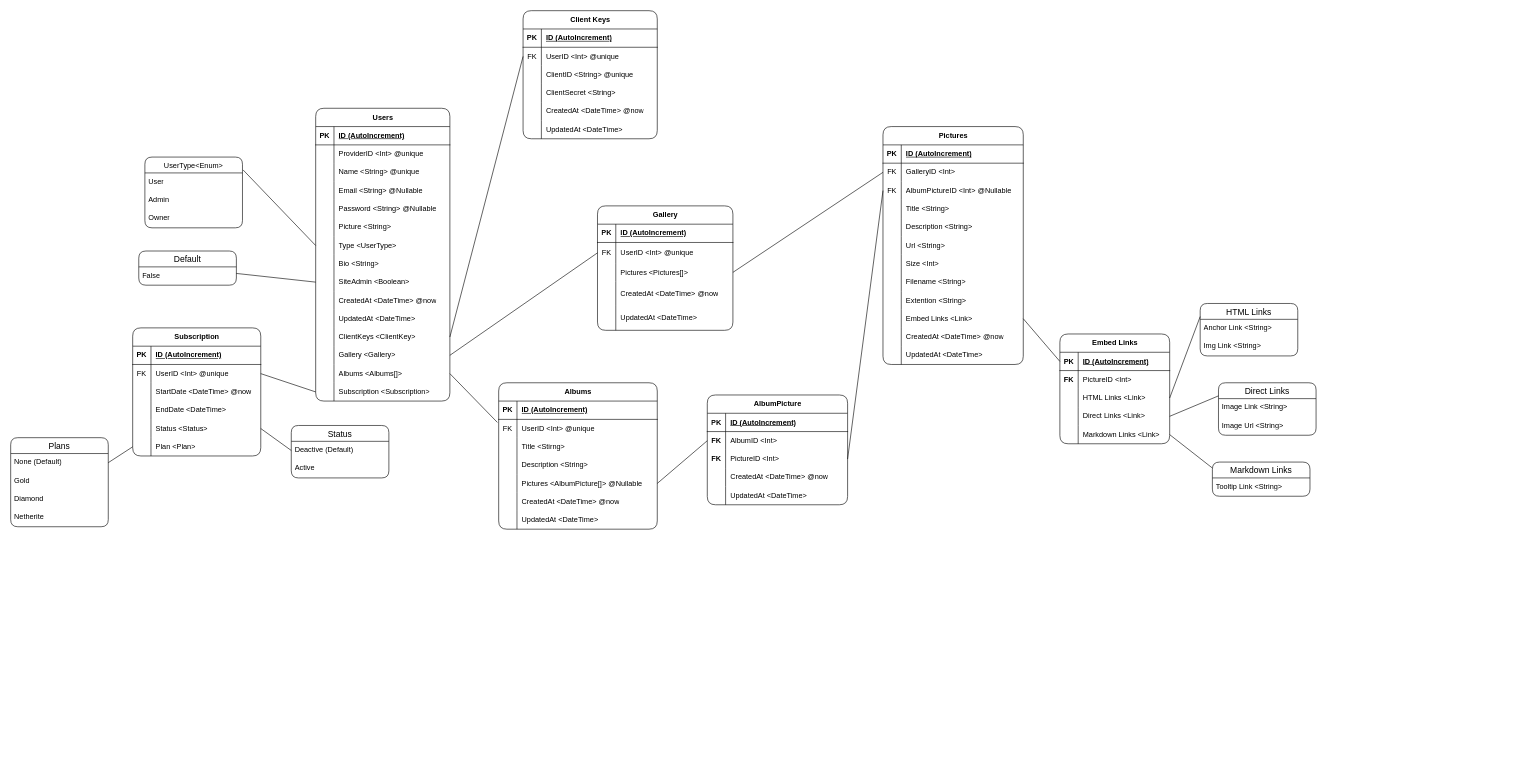
Before: project/models/Pixelarium.drawio in Novanaa/Pixelarium, a draw.io diagram. Source tidied: cells renumbered, new cells numbered last; positions are measured from the earlier drawing's top-left corner, leaving out a move shared by most shapes. Both pictures are drawn from the tidied source at 61%, with x=0, y=0 at pixel (10, 10).
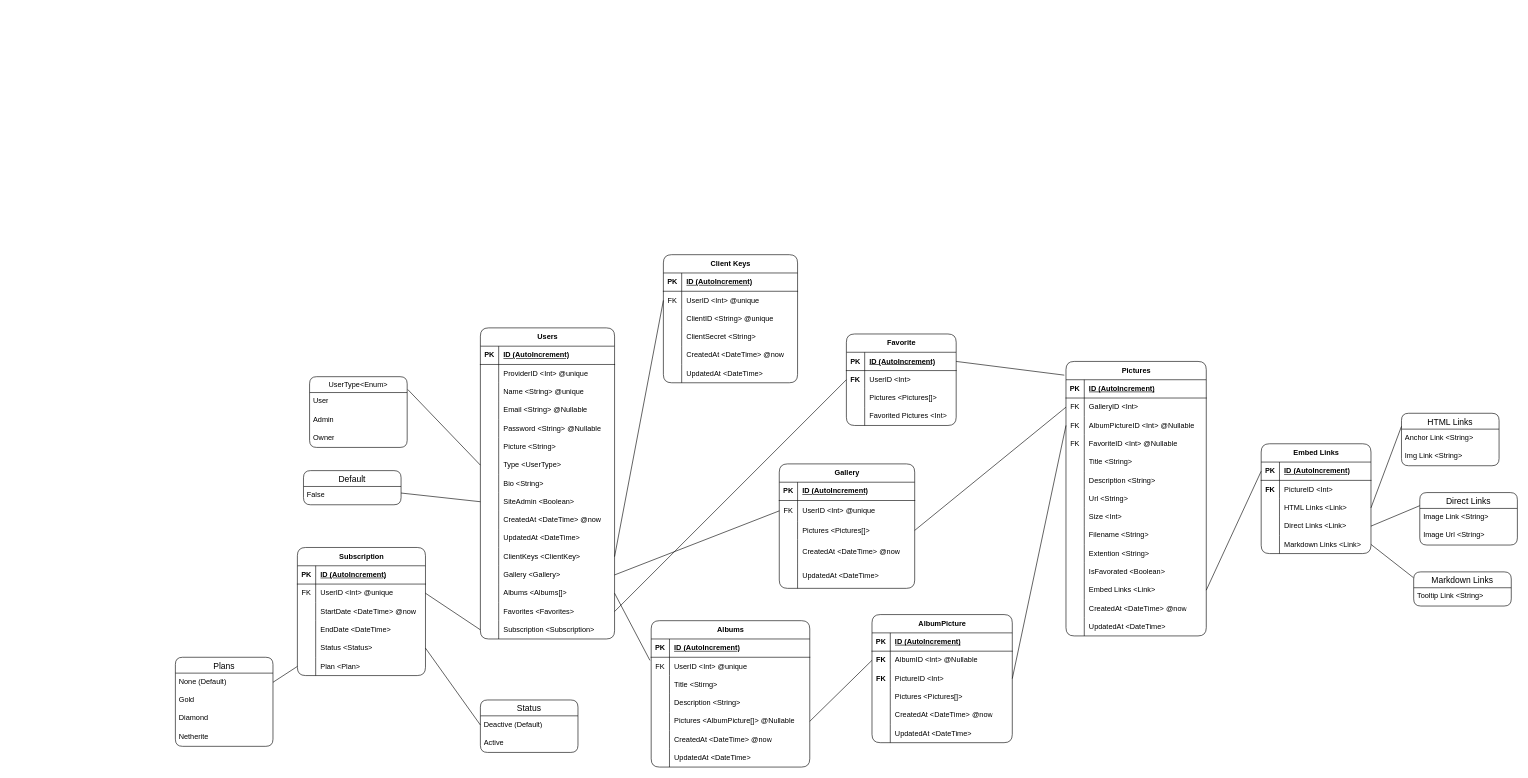
The same page after the edit.

Commit message (it also covers changes not shown here):
Added Favorite Model and Several Field

Unchanged cells that the change refers to:
```xml
<mxCell id="188" style="shape=tableRow;horizontal=0;startSize=0;swimlaneHead=0;swimlaneBody=0;fillColor=none;points=[[0,0.5],[1,0.5]];portConstraint=eastwest;top=0;left=0;right=0;bottom=0;" parent="184" vertex="1">
  <mxGeometry y="60" width="230" height="30" as="geometry" />
</mxCell>
```

What changed in the source:
```diff
@@
     <mxCell id="2" value="Users" style="shape=table;startSize=30;childLayout=tableLayout;rowLines=0;fontStyle=1;align=center;html=1;rounded=1;" parent="1" vertex="1">
-      <mxGeometry x="500" y="160" width="220" height="480" as="geometry" />
+      <mxGeometry x="770" y="520" width="220" height="510" as="geometry" />
     </mxCell>
@@
+    <mxCell id="230" style="shape=tableRow;horizontal=0;startSize=0;swimlaneHead=0;swimlaneBody=0;fillColor=none;points=[[0,0.5],[1,0.5]];portConstraint=eastwest;top=0;left=0;right=0;bottom=0;" parent="2" vertex="1">
+      <mxGeometry y="450" width="220" height="30" as="geometry" />
+    </mxCell>
+    <mxCell id="231" style="shape=partialRectangle;fillColor=none;top=0;left=0;bottom=0;right=0;overflow=hidden;whiteSpace=wrap;html=1;" parent="230" vertex="1">
+      <mxGeometry width="30" height="30" as="geometry" />
+    </mxCell>
+    <mxCell id="232" value="Favorites &amp;lt;Favorites&amp;gt;" style="shape=partialRectangle;fillColor=none;top=0;left=0;bottom=0;right=0;align=left;spacingLeft=6;overflow=hidden;whiteSpace=wrap;html=1;" parent="230" vertex="1">
+      <mxGeometry x="30" width="190" height="30" as="geometry" />
+    </mxCell>
     <mxCell id="45" style="shape=tableRow;horizontal=0;startSize=0;swimlaneHead=0;swimlaneBody=0;fillColor=none;points=[[0,0.5],[1,0.5]];portConstraint=eastwest;top=0;left=0;right=0;bottom=0;" parent="2" vertex="1">
-      <mxGeometry y="450" width="220" height="30" as="geometry" />
+      <mxGeometry y="480" width="220" height="30" as="geometry" />
     </mxCell>
@@
     <mxCell id="48" value="UserType&lt;Enum&gt;" style="swimlane;fontStyle=0;horizontal=1;startSize=26;align=center;fontSize=12;rounded=1;glass=0;" parent="1" vertex="1">
-      <mxGeometry x="220" y="240" width="160" height="116" as="geometry" />
+      <mxGeometry x="490" y="600" width="160" height="116" as="geometry" />
     </mxCell>
@@
     <mxCell id="53" value="Default" style="swimlane;fontStyle=0;horizontal=1;startSize=26;align=center;fontSize=14;rounded=1;" parent="1" vertex="1">
-      <mxGeometry x="210" y="394" width="160" height="56" as="geometry" />
+      <mxGeometry x="480" y="754" width="160" height="56" as="geometry" />
     </mxCell>
@@
     <mxCell id="56" value="Client Keys" style="shape=table;startSize=30;childLayout=tableLayout;rowLines=0;fontStyle=1;align=center;html=1;rounded=1;" parent="1" vertex="1">
-      <mxGeometry x="840" width="220" height="210" as="geometry" />
+      <mxGeometry x="1070" y="400" width="220" height="210" as="geometry" />
     </mxCell>
@@
     <mxCell id="76" value="Gallery" style="shape=table;startSize=30;childLayout=tableLayout;rowLines=0;fontStyle=1;align=center;html=1;rounded=1;" parent="1" vertex="1">
-      <mxGeometry x="962" y="320" width="222" height="204" as="geometry" />
+      <mxGeometry x="1260" y="743" width="222" height="204" as="geometry" />
     </mxCell>
@@
     <mxCell id="93" value="Pictures" style="shape=table;startSize=30;childLayout=tableLayout;rowLines=0;fontStyle=1;align=center;html=1;rounded=1;" parent="1" vertex="1">
-      <mxGeometry x="1430" y="190" width="230" height="390" as="geometry" />
+      <mxGeometry x="1730" y="575" width="230" height="450" as="geometry" />
     </mxCell>
@@
+    <mxCell id="233" style="shape=tableRow;horizontal=0;startSize=0;swimlaneHead=0;swimlaneBody=0;fillColor=none;top=0;left=0;right=0;bottom=0;" parent="93" vertex="1">
+      <mxGeometry y="120" width="230" height="30" as="geometry" />
+    </mxCell>
+    <mxCell id="234" value="FK" style="shape=partialRectangle;fillColor=none;top=0;left=0;bottom=0;right=0;overflow=hidden;whiteSpace=wrap;html=1;" parent="233" vertex="1">
+      <mxGeometry width="30" height="30" as="geometry" />
+    </mxCell>
+    <mxCell id="235" value="FavoriteID &amp;lt;Int&amp;gt; @Nullable" style="shape=partialRectangle;fillColor=none;top=0;left=0;bottom=0;right=0;align=left;spacingLeft=6;overflow=hidden;whiteSpace=wrap;html=1;" parent="233" vertex="1">
+      <mxGeometry x="30" width="200" height="30" as="geometry" />
+    </mxCell>
     <mxCell id="103" style="shape=tableRow;horizontal=0;startSize=0;swimlaneHead=0;swimlaneBody=0;fillColor=none;top=0;left=0;right=0;bottom=0;" parent="93" vertex="1">
-      <mxGeometry y="120" width="230" height="30" as="geometry" />
+      <mxGeometry y="150" width="230" height="30" as="geometry" />
     </mxCell>
@@
     <mxCell id="106" style="shape=tableRow;horizontal=0;startSize=0;swimlaneHead=0;swimlaneBody=0;fillColor=none;top=0;left=0;right=0;bottom=0;" parent="93" vertex="1">
-      <mxGeometry y="150" width="230" height="30" as="geometry" />
+      <mxGeometry y="180" width="230" height="30" as="geometry" />
     </mxCell>
@@
     <mxCell id="109" style="shape=tableRow;horizontal=0;startSize=0;swimlaneHead=0;swimlaneBody=0;fillColor=none;top=0;left=0;right=0;bottom=0;" parent="93" vertex="1">
-      <mxGeometry y="180" width="230" height="30" as="geometry" />
+      <mxGeometry y="210" width="230" height="30" as="geometry" />
     </mxCell>
@@
     <mxCell id="112" style="shape=tableRow;horizontal=0;startSize=0;swimlaneHead=0;swimlaneBody=0;fillColor=none;top=0;left=0;right=0;bottom=0;" parent="93" vertex="1">
-      <mxGeometry y="210" width="230" height="30" as="geometry" />
+      <mxGeometry y="240" width="230" height="30" as="geometry" />
     </mxCell>
@@
     <mxCell id="115" style="shape=tableRow;horizontal=0;startSize=0;swimlaneHead=0;swimlaneBody=0;fillColor=none;top=0;left=0;right=0;bottom=0;" parent="93" vertex="1">
-      <mxGeometry y="240" width="230" height="30" as="geometry" />
+      <mxGeometry y="270" width="230" height="30" as="geometry" />
     </mxCell>
@@
     <mxCell id="118" style="shape=tableRow;horizontal=0;startSize=0;swimlaneHead=0;swimlaneBody=0;fillColor=none;top=0;left=0;right=0;bottom=0;" parent="93" vertex="1">
-      <mxGeometry y="270" width="230" height="30" as="geometry" />
+      <mxGeometry y="300" width="230" height="30" as="geometry" />
     </mxCell>
@@
+    <mxCell id="236" style="shape=tableRow;horizontal=0;startSize=0;swimlaneHead=0;swimlaneBody=0;fillColor=none;top=0;left=0;right=0;bottom=0;" parent="93" vertex="1">
+      <mxGeometry y="330" width="230" height="30" as="geometry" />
+    </mxCell>
+    <mxCell id="237" style="shape=partialRectangle;fillColor=none;top=0;left=0;bottom=0;right=0;overflow=hidden;whiteSpace=wrap;html=1;" parent="236" vertex="1">
+      <mxGeometry width="30" height="30" as="geometry" />
+    </mxCell>
+    <mxCell id="238" value="IsFavorated &amp;lt;Boolean&amp;gt;" style="shape=partialRectangle;fillColor=none;top=0;left=0;bottom=0;right=0;align=left;spacingLeft=6;overflow=hidden;whiteSpace=wrap;html=1;" parent="236" vertex="1">
+      <mxGeometry x="30" width="200" height="30" as="geometry" />
+    </mxCell>
     <mxCell id="121" style="shape=tableRow;horizontal=0;startSize=0;swimlaneHead=0;swimlaneBody=0;fillColor=none;points=[[0,0.5],[1,0.5]];portConstraint=eastwest;top=0;left=0;right=0;bottom=0;" parent="93" vertex="1">
-      <mxGeometry y="300" width="230" height="30" as="geometry" />
+      <mxGeometry y="360" width="230" height="30" as="geometry" />
     </mxCell>
@@
     <mxCell id="124" style="shape=tableRow;horizontal=0;startSize=0;swimlaneHead=0;swimlaneBody=0;fillColor=none;top=0;left=0;right=0;bottom=0;" parent="93" vertex="1">
-      <mxGeometry y="330" width="230" height="30" as="geometry" />
+      <mxGeometry y="390" width="230" height="30" as="geometry" />
     </mxCell>
@@
     <mxCell id="127" style="shape=tableRow;horizontal=0;startSize=0;swimlaneHead=0;swimlaneBody=0;fillColor=none;top=0;left=0;right=0;bottom=0;" parent="93" vertex="1">
-      <mxGeometry y="360" width="230" height="30" as="geometry" />
+      <mxGeometry y="420" width="230" height="30" as="geometry" />
     </mxCell>
@@
     <mxCell id="131" value="Albums" style="shape=table;startSize=30;childLayout=tableLayout;rowLines=0;fontStyle=1;align=center;html=1;rounded=1;" parent="1" vertex="1">
-      <mxGeometry x="800" y="610" width="260" height="240" as="geometry" />
+      <mxGeometry x="1050" y="1000" width="260" height="240" as="geometry" />
     </mxCell>
@@
     <mxCell id="154" value="Subscription" style="shape=table;startSize=30;childLayout=tableLayout;rowLines=0;fontStyle=1;align=center;html=1;rounded=1;" parent="1" vertex="1">
-      <mxGeometry x="200" y="520" width="210" height="210" as="geometry" />
+      <mxGeometry x="470" y="880" width="210" height="210" as="geometry" />
     </mxCell>
@@
     <mxCell id="174" value="Status" style="swimlane;fontStyle=0;horizontal=1;startSize=26;align=center;fontSize=14;rounded=1;" parent="1" vertex="1">
-      <mxGeometry x="460" y="680" width="160" height="86" as="geometry" />
+      <mxGeometry x="770" y="1130" width="160" height="86" as="geometry" />
     </mxCell>
@@
     <mxCell id="178" value="Plans" style="swimlane;fontStyle=0;horizontal=1;startSize=26;align=center;fontSize=14;rounded=1;" parent="1" vertex="1">
-      <mxGeometry y="700" width="160" height="146" as="geometry" />
+      <mxGeometry x="270" y="1060" width="160" height="146" as="geometry" />
     </mxCell>
@@
     <mxCell id="184" value="AlbumPicture" style="shape=table;startSize=30;childLayout=tableLayout;rowLines=0;fontStyle=1;align=center;html=1;rounded=1;" parent="1" vertex="1">
-      <mxGeometry x="1142" y="630" width="230" height="180" as="geometry" />
+      <mxGeometry x="1412" y="990" width="230" height="210" as="geometry" />
     </mxCell>
@@
-    <mxCell id="190" value="AlbumID &amp;lt;Int&amp;gt;" style="shape=partialRectangle;fillColor=none;top=0;left=0;bottom=0;right=0;align=left;spacingLeft=6;overflow=hidden;whiteSpace=wrap;html=1;" parent="188" vertex="1">
+    <mxCell id="190" value="AlbumID &amp;lt;Int&amp;gt; @Nullable" style="shape=partialRectangle;fillColor=none;top=0;left=0;bottom=0;right=0;align=left;spacingLeft=6;overflow=hidden;whiteSpace=wrap;html=1;" parent="188" vertex="1">
       <mxGeometry x="30" width="200" height="30" as="geometry" />
     </mxCell>
@@
+    <mxCell id="239" style="shape=tableRow;horizontal=0;startSize=0;swimlaneHead=0;swimlaneBody=0;fillColor=none;top=0;left=0;right=0;bottom=0;" parent="184" vertex="1">
+      <mxGeometry y="120" width="230" height="30" as="geometry" />
+    </mxCell>
+    <mxCell id="240" style="shape=partialRectangle;fillColor=none;top=0;left=0;bottom=0;right=0;overflow=hidden;whiteSpace=wrap;html=1;" parent="239" vertex="1">
+      <mxGeometry width="30" height="30" as="geometry" />
+    </mxCell>
+    <mxCell id="241" value="Pictures &amp;lt;Pictures[]&amp;gt;" style="shape=partialRectangle;fillColor=none;top=0;left=0;bottom=0;right=0;align=left;spacingLeft=6;overflow=hidden;whiteSpace=wrap;html=1;" parent="239" vertex="1">
+      <mxGeometry x="30" width="200" height="30" as="geometry" />
+    </mxCell>
     <mxCell id="194" style="shape=tableRow;horizontal=0;startSize=0;swimlaneHead=0;swimlaneBody=0;fillColor=none;top=0;left=0;right=0;bottom=0;" parent="184" vertex="1">
-      <mxGeometry y="120" width="230" height="30" as="geometry" />
+      <mxGeometry y="150" width="230" height="30" as="geometry" />
     </mxCell>
@@
     <mxCell id="197" style="shape=tableRow;horizontal=0;startSize=0;swimlaneHead=0;swimlaneBody=0;fillColor=none;top=0;left=0;right=0;bottom=0;" parent="184" vertex="1">
-      <mxGeometry y="150" width="230" height="30" as="geometry" />
+      <mxGeometry y="180" width="230" height="30" as="geometry" />
     </mxCell>
@@
     <mxCell id="203" value="Embed Links" style="shape=table;startSize=30;childLayout=tableLayout;rowLines=0;fontStyle=1;align=center;html=1;rounded=1;" parent="1" vertex="1">
-      <mxGeometry x="1720" y="530" width="180" height="180" as="geometry" />
+      <mxGeometry x="2050" y="710" width="180" height="180" as="geometry" />
     </mxCell>
@@
     <mxCell id="219" value="HTML Links" style="swimlane;fontStyle=0;horizontal=1;startSize=26;align=center;fontSize=14;rounded=1;" parent="1" vertex="1">
-      <mxGeometry x="1950" y="480" width="160" height="86" as="geometry" />
+      <mxGeometry x="2280" y="660" width="160" height="86" as="geometry" />
     </mxCell>
@@
     <mxCell id="223" value="Direct Links" style="swimlane;fontStyle=0;horizontal=1;startSize=26;align=center;fontSize=14;rounded=1;" parent="1" vertex="1">
-      <mxGeometry x="1980" y="610" width="160" height="86" as="geometry" />
+      <mxGeometry x="2310" y="790" width="160" height="86" as="geometry" />
     </mxCell>
@@
     <mxCell id="227" value="Markdown Links" style="swimlane;fontStyle=0;horizontal=1;startSize=26;align=center;fontSize=14;rounded=1;" parent="1" vertex="1">
-      <mxGeometry x="1970" y="740" width="160" height="56" as="geometry" />
+      <mxGeometry x="2300" y="920" width="160" height="56" as="geometry" />
     </mxCell>
@@
+    <mxCell id="242" value="Favorite" style="shape=table;startSize=30;childLayout=tableLayout;rowLines=0;fontStyle=1;align=center;html=1;rounded=1;" parent="1" vertex="1">
+      <mxGeometry x="1370" y="530" width="180" height="150" as="geometry" />
+    </mxCell>
+    <mxCell id="243" style="shape=tableRow;horizontal=0;startSize=0;swimlaneHead=0;swimlaneBody=0;fillColor=none;points=[[0,0.5],[1,0.5]];portConstraint=eastwest;top=0;left=0;right=0;bottom=1;" parent="242" vertex="1">
+      <mxGeometry y="30" width="180" height="30" as="geometry" />
+    </mxCell>
+    <mxCell id="244" value="PK" style="shape=partialRectangle;fillColor=none;top=0;left=0;bottom=0;right=0;fontStyle=1;overflow=hidden;whiteSpace=wrap;html=1;" parent="243" vertex="1">
+      <mxGeometry width="30" height="30" as="geometry" />
+    </mxCell>
+    <mxCell id="245" value="ID (AutoIncrement)" style="shape=partialRectangle;fillColor=none;top=0;left=0;bottom=0;right=0;align=left;spacingLeft=6;fontStyle=5;overflow=hidden;whiteSpace=wrap;html=1;" parent="243" vertex="1">
+      <mxGeometry x="30" width="150" height="30" as="geometry" />
+    </mxCell>
+    <mxCell id="246" style="shape=tableRow;horizontal=0;startSize=0;swimlaneHead=0;swimlaneBody=0;fillColor=none;points=[[0,0.5],[1,0.5]];portConstraint=eastwest;top=0;left=0;right=0;bottom=0;" parent="242" vertex="1">
+      <mxGeometry y="60" width="180" height="30" as="geometry" />
+    </mxCell>
+    <mxCell id="247" value="&lt;b&gt;FK&lt;/b&gt;" style="shape=partialRectangle;fillColor=none;top=0;left=0;bottom=0;right=0;overflow=hidden;whiteSpace=wrap;html=1;" parent="246" vertex="1">
+      <mxGeometry width="30" height="30" as="geometry" />
+    </mxCell>
+    <mxCell id="248" value="UserID &amp;lt;Int&amp;gt;" style="shape=partialRectangle;fillColor=none;top=0;left=0;bottom=0;right=0;align=left;spacingLeft=6;overflow=hidden;whiteSpace=wrap;html=1;" parent="246" vertex="1">
+      <mxGeometry x="30" width="150" height="30" as="geometry" />
+    </mxCell>
+    <mxCell id="249" style="shape=tableRow;horizontal=0;startSize=0;swimlaneHead=0;swimlaneBody=0;fillColor=none;top=0;left=0;right=0;bottom=0;" parent="242" vertex="1">
+      <mxGeometry y="90" width="180" height="30" as="geometry" />
+    </mxCell>
+    <mxCell id="250" style="shape=partialRectangle;fillColor=none;top=0;left=0;bottom=0;right=0;overflow=hidden;whiteSpace=wrap;html=1;" parent="249" vertex="1">
+      <mxGeometry width="30" height="30" as="geometry" />
+    </mxCell>
+    <mxCell id="251" value="Pictures &amp;lt;Pictures[]&amp;gt;" style="shape=partialRectangle;fillColor=none;top=0;left=0;bottom=0;right=0;align=left;spacingLeft=6;overflow=hidden;whiteSpace=wrap;html=1;" parent="249" vertex="1">
+      <mxGeometry x="30" width="150" height="30" as="geometry" />
+    </mxCell>
+    <mxCell id="252" style="shape=tableRow;horizontal=0;startSize=0;swimlaneHead=0;swimlaneBody=0;fillColor=none;top=0;left=0;right=0;bottom=0;" parent="242" vertex="1">
+      <mxGeometry y="120" width="180" height="30" as="geometry" />
+    </mxCell>
+    <mxCell id="253" style="shape=partialRectangle;fillColor=none;top=0;left=0;bottom=0;right=0;overflow=hidden;whiteSpace=wrap;html=1;" parent="252" vertex="1">
+      <mxGeometry width="30" height="30" as="geometry" />
+    </mxCell>
+    <mxCell id="254" value="Favorited Pictures &amp;lt;Int&amp;gt;" style="shape=partialRectangle;fillColor=none;top=0;left=0;bottom=0;right=0;align=left;spacingLeft=6;overflow=hidden;whiteSpace=wrap;html=1;" parent="252" vertex="1">
+      <mxGeometry x="30" width="150" height="30" as="geometry" />
+    </mxCell>
+    <mxCell id="255" style="endArrow=none;html=1;rounded=0;entryX=0;entryY=0.5;entryDx=0;entryDy=0;exitX=1;exitY=0.5;exitDx=0;exitDy=0;" parent="1" edge="1" source="230" target="246">
+      <mxGeometry relative="1" as="geometry" />
+    </mxCell>
+    <mxCell id="256" style="endArrow=none;html=1;rounded=0;exitX=1;exitY=0.5;exitDx=0;exitDy=0;entryX=-0.012;entryY=0.05;entryDx=0;entryDy=0;entryPerimeter=0;" parent="1" edge="1" source="243" target="93">
+      <mxGeometry relative="1" as="geometry" />
+    </mxCell>
```
